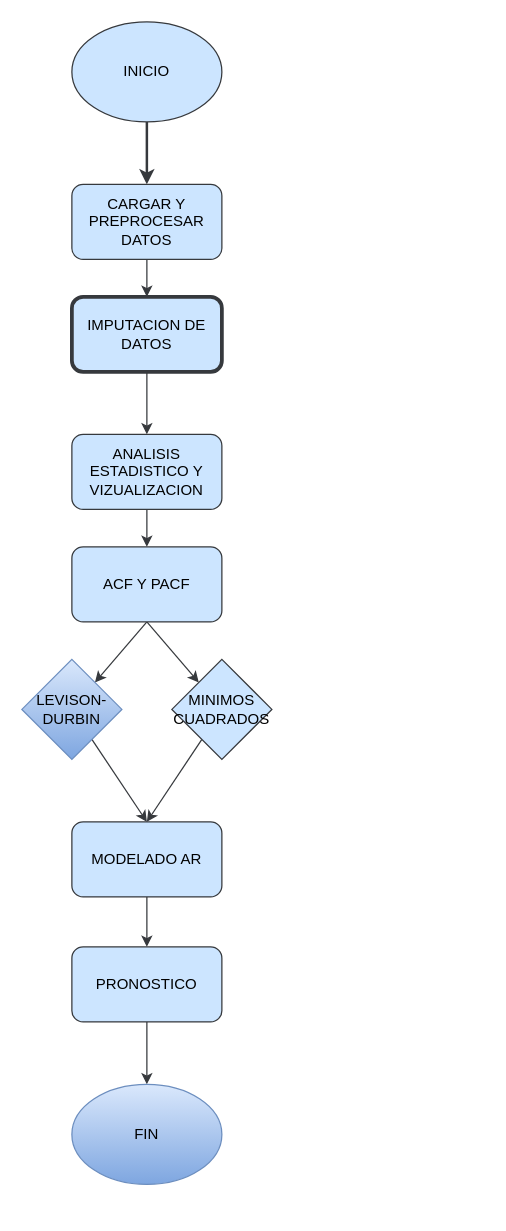
Earlier version of the draw.io diagram flujograma.dio (AlejandroChicaizaBMV/Proyecto_MN). Source tidied: cells renumbered, new cells numbered last; positions are measured from the earlier drawing's top-left corner, leaving out a move shared by most shapes. Both pictures are drawn from the tidied source at 125%, with x=0, y=0 at pixel (21, 21).
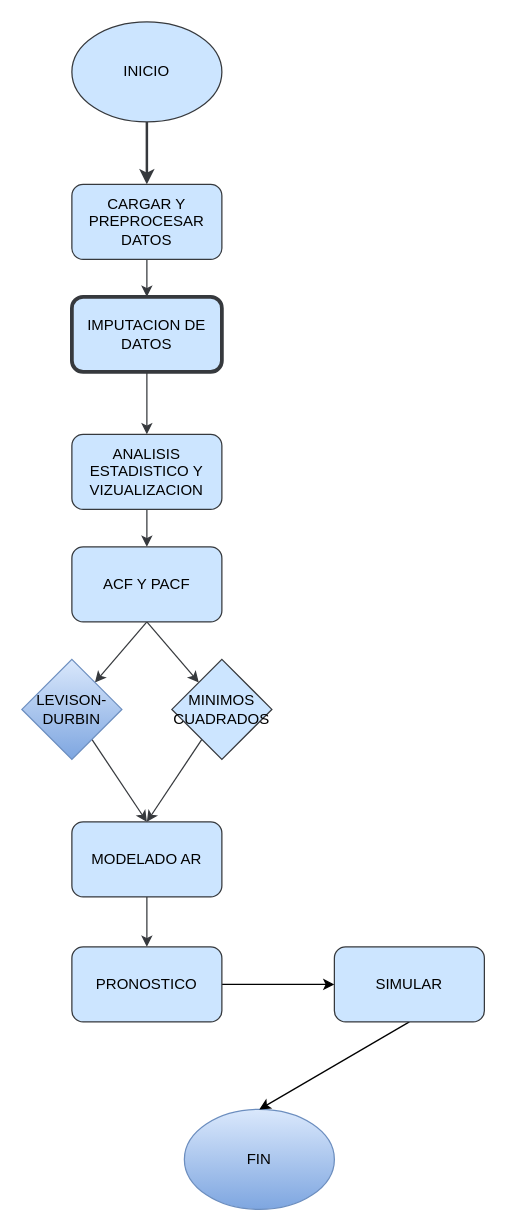
Above is the later version.

Commit message:
Flujo, listo

The change refers to these unchanged cells:
```xml
<mxCell id="20" value="PRONOSTICO" style="rounded=1;whiteSpace=wrap;html=1;fillColor=#cce5ff;strokeColor=#36393d;fontStyle=0;" parent="1" vertex="1">
  <mxGeometry x="40" y="740" width="120" height="60" as="geometry" />
</mxCell>
```

Change to the diagram source:
```diff
@@
-    <mxCell id="19" style="edgeStyle=none;html=1;exitX=0.5;exitY=1;exitDx=0;exitDy=0;entryX=0.5;entryY=0;entryDx=0;entryDy=0;fillColor=#cce5ff;strokeColor=#36393d;fontStyle=0;" parent="1" edge="1" source="20" target="21">
-      <mxGeometry relative="1" as="geometry" />
-    </mxCell>
+    <mxCell id="22" style="edgeStyle=none;html=1;exitX=1;exitY=0.5;exitDx=0;exitDy=0;entryX=0;entryY=0.5;entryDx=0;entryDy=0;" parent="1" edge="1" source="20" target="24">
+      <mxGeometry relative="1" as="geometry" />
+    </mxCell>
@@
     <mxCell id="21" value="FIN" style="ellipse;whiteSpace=wrap;html=1;fillColor=#dae8fc;gradientColor=#7ea6e0;strokeColor=#6c8ebf;" parent="1" vertex="1">
-      <mxGeometry x="40" y="850" width="120" height="80" as="geometry" />
+      <mxGeometry x="130" y="870" width="120" height="80" as="geometry" />
     </mxCell>
+    <mxCell id="23" style="edgeStyle=none;html=1;exitX=0.5;exitY=1;exitDx=0;exitDy=0;entryX=0.5;entryY=0;entryDx=0;entryDy=0;" parent="1" edge="1" source="24" target="21">
+      <mxGeometry relative="1" as="geometry" />
+    </mxCell>
+    <mxCell id="24" value="SIMULAR" style="rounded=1;whiteSpace=wrap;html=1;fillColor=#cce5ff;strokeColor=#36393d;fontStyle=0;" parent="1" vertex="1">
+      <mxGeometry x="250" y="740" width="120" height="60" as="geometry" />
+    </mxCell>
```
